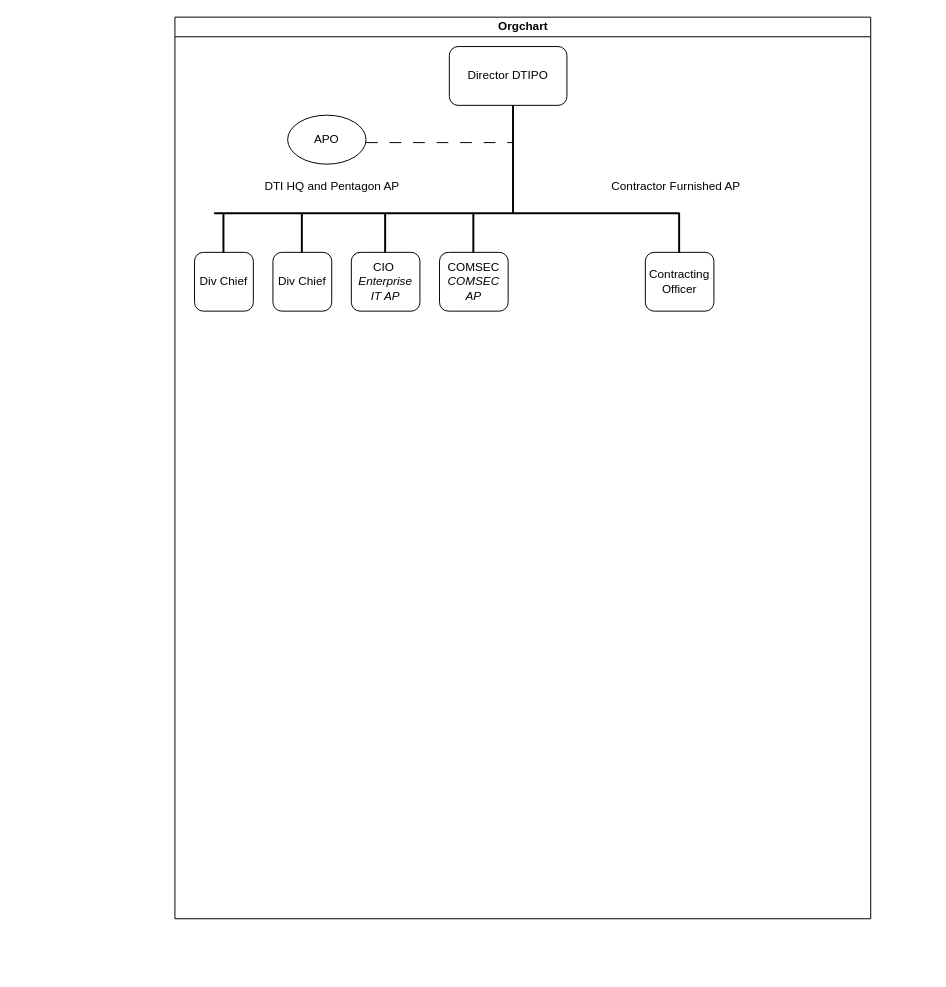
This is AP ORG flow.drawio from moondog69/drawings, a draw.io file, before an edit. Source tidied: cells renumbered, new cells numbered last; positions are measured from the earlier drawing's top-left corner, leaving out a move shared by most shapes. Both pictures are drawn from the tidied source at 98%, with x=0, y=0 at pixel (174, 17).
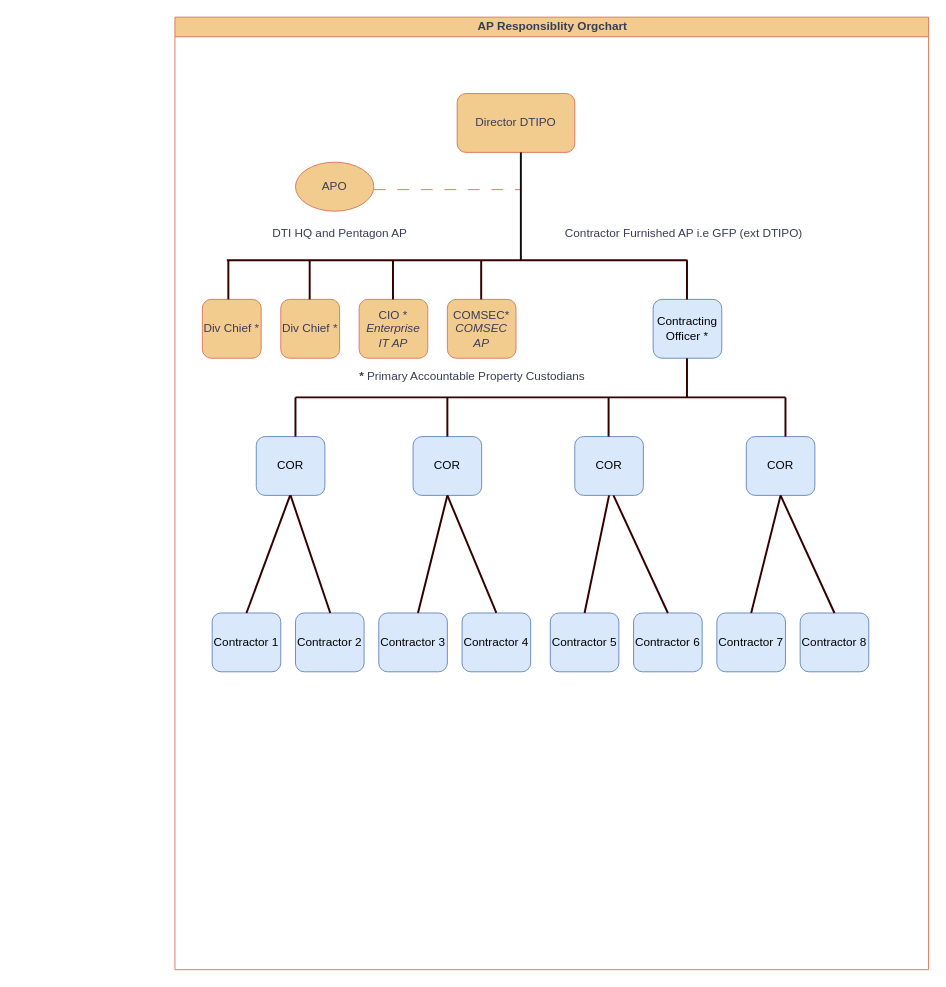
Above is the later version.

What changed in the source:
```diff
@@
-    <mxCell id="2" value="Orgchart" style="swimlane;html=1;startSize=20;horizontal=1;containerType=tree;glass=0;" parent="1" vertex="1">
-      <mxGeometry width="710" height="920" as="geometry" />
+    <mxCell id="2" value="AP Responsiblity Orgchart" style="swimlane;html=1;startSize=20;horizontal=1;containerType=tree;glass=0;labelBackgroundColor=none;fillColor=#F2CC8F;strokeColor=#E07A5F;fontColor=#393C56;" parent="1" vertex="1">
+      <mxGeometry width="769" height="972" as="geometry" />
     </mxCell>
-    <mxCell id="3" value="Director DTIPO" style="rounded=1;whiteSpace=wrap;html=1;" parent="2" vertex="1">
-      <mxGeometry x="280" y="30" width="120" height="60" as="geometry" />
+    <mxCell id="3" value="Director DTIPO" style="rounded=1;whiteSpace=wrap;html=1;labelBackgroundColor=none;fillColor=#F2CC8F;strokeColor=#E07A5F;fontColor=#393C56;" parent="2" vertex="1">
+      <mxGeometry x="288" y="78" width="120" height="60" as="geometry" />
     </mxCell>
-    <mxCell id="4" value="Div Chief" style="rounded=1;whiteSpace=wrap;html=1;" parent="2" vertex="1">
-      <mxGeometry x="20" y="240" width="60" height="60" as="geometry" />
+    <mxCell id="4" value="Div Chief *" style="rounded=1;whiteSpace=wrap;html=1;labelBackgroundColor=none;fillColor=#F2CC8F;strokeColor=#E07A5F;fontColor=#393C56;" parent="2" vertex="1">
+      <mxGeometry x="28" y="288" width="60" height="60" as="geometry" />
     </mxCell>
-    <mxCell id="5" value="Div Chief" style="rounded=1;whiteSpace=wrap;html=1;" parent="2" vertex="1">
-      <mxGeometry x="100" y="240" width="60" height="60" as="geometry" />
+    <mxCell id="5" value="Div Chief *" style="rounded=1;whiteSpace=wrap;html=1;labelBackgroundColor=none;fillColor=#F2CC8F;strokeColor=#E07A5F;fontColor=#393C56;" parent="2" vertex="1">
+      <mxGeometry x="108" y="288" width="60" height="60" as="geometry" />
     </mxCell>
-    <mxCell id="6" value="CIO&amp;nbsp;&lt;br&gt;&lt;i&gt;Enterprise IT AP&lt;/i&gt;" style="rounded=1;whiteSpace=wrap;html=1;" parent="2" vertex="1">
-      <mxGeometry x="180" y="240" width="70" height="60" as="geometry" />
+    <mxCell id="6" value="CIO *&lt;br&gt;&lt;i&gt;Enterprise IT AP&lt;/i&gt;" style="rounded=1;whiteSpace=wrap;html=1;labelBackgroundColor=none;fillColor=#F2CC8F;strokeColor=#E07A5F;fontColor=#393C56;" parent="2" vertex="1">
+      <mxGeometry x="188" y="288" width="70" height="60" as="geometry" />
     </mxCell>
-    <mxCell id="7" value="COMSEC&lt;br&gt;&lt;i&gt;COMSEC AP&lt;/i&gt;" style="rounded=1;whiteSpace=wrap;html=1;" parent="2" vertex="1">
-      <mxGeometry x="270" y="240" width="70" height="60" as="geometry" />
+    <mxCell id="7" value="COMSEC*&lt;br&gt;&lt;i&gt;COMSEC AP&lt;/i&gt;" style="rounded=1;whiteSpace=wrap;html=1;labelBackgroundColor=none;fillColor=#F2CC8F;strokeColor=#E07A5F;fontColor=#393C56;" parent="2" vertex="1">
+      <mxGeometry x="278" y="288" width="70" height="60" as="geometry" />
     </mxCell>
-    <mxCell id="8" value="Contracting Officer" style="rounded=1;whiteSpace=wrap;html=1;" parent="2" vertex="1">
-      <mxGeometry x="480" y="240" width="70" height="60" as="geometry" />
+    <mxCell id="8" value="Contracting Officer *" style="rounded=1;whiteSpace=wrap;html=1;labelBackgroundColor=none;fillColor=#dae8fc;strokeColor=#6c8ebf;" parent="2" vertex="1">
+      <mxGeometry x="488" y="288" width="70" height="60" as="geometry" />
     </mxCell>
-    <mxCell id="9" style="endArrow=none;html=1;rounded=0;strokeWidth=2;" parent="2" edge="1">
+    <mxCell id="9" style="endArrow=none;html=1;rounded=0;strokeWidth=2;labelBackgroundColor=none;strokeColor=#330000;fontColor=default;" parent="2" edge="1">
       <mxGeometry relative="1" as="geometry">
-        <mxPoint x="40" y="200" as="sourcePoint" />
-        <mxPoint x="515" y="200" as="targetPoint" />
+        <mxPoint x="53" y="248" as="sourcePoint" />
+        <mxPoint x="523" y="248" as="targetPoint" />
         <Array as="points">
-          <mxPoint x="110" y="200" />
+          <mxPoint x="118" y="248" />
         </Array>
       </mxGeometry>
     </mxCell>
-    <mxCell id="10" value="APO" style="ellipse;whiteSpace=wrap;html=1;" parent="2" vertex="1">
-      <mxGeometry x="115" y="100" width="80" height="50" as="geometry" />
+    <mxCell id="10" value="APO" style="ellipse;whiteSpace=wrap;html=1;labelBackgroundColor=none;fillColor=#F2CC8F;strokeColor=#E07A5F;fontColor=#393C56;" parent="2" vertex="1">
+      <mxGeometry x="123" y="148" width="80" height="50" as="geometry" />
     </mxCell>
-    <mxCell id="11" style="endArrow=none;html=1;rounded=0;dashed=1;dashPattern=12 12;" parent="2" edge="1">
+    <mxCell id="11" style="endArrow=none;html=1;rounded=0;dashed=1;dashPattern=12 12;labelBackgroundColor=none;strokeColor=#E07A5F;fontColor=default;" parent="2" edge="1">
       <mxGeometry relative="1" as="geometry">
-        <mxPoint x="195" y="128" as="sourcePoint" />
-        <mxPoint x="345" y="128" as="targetPoint" />
+        <mxPoint x="203" y="176" as="sourcePoint" />
+        <mxPoint x="353" y="176" as="targetPoint" />
       </mxGeometry>
     </mxCell>
-    <mxCell id="12" style="endArrow=none;html=1;rounded=0;strokeWidth=2;" parent="2" edge="1">
+    <mxCell id="12" style="endArrow=none;html=1;rounded=0;strokeWidth=2;labelBackgroundColor=none;strokeColor=#0f0f0f;fontColor=default;" parent="2" edge="1">
       <mxGeometry relative="1" as="geometry">
-        <mxPoint x="345" y="90" as="sourcePoint" />
-        <mxPoint x="345" y="200" as="targetPoint" />
+        <mxPoint x="353" y="138" as="sourcePoint" />
+        <mxPoint x="353" y="248" as="targetPoint" />
       </mxGeometry>
     </mxCell>
-    <mxCell id="13" value="DTI HQ and Pentagon AP" style="text;html=1;align=center;verticalAlign=middle;strokeColor=none;fillColor=none;" parent="2" vertex="1">
-      <mxGeometry x="80" y="158" width="160" height="30" as="geometry" />
+    <mxCell id="13" value="DTI HQ and Pentagon AP" style="text;html=1;align=center;verticalAlign=middle;strokeColor=none;fillColor=none;labelBackgroundColor=none;fontColor=#393C56;" parent="2" vertex="1">
+      <mxGeometry x="88" y="206" width="160" height="30" as="geometry" />
     </mxCell>
-    <mxCell id="14" style="endArrow=none;html=1;rounded=0;strokeWidth=2;" parent="2" edge="1">
+    <mxCell id="14" style="endArrow=none;html=1;rounded=0;strokeWidth=2;labelBackgroundColor=none;strokeColor=#330000;fontColor=default;" parent="2" edge="1">
       <mxGeometry relative="1" as="geometry">
-        <mxPoint x="49.5" y="240" as="sourcePoint" />
-        <mxPoint x="49.5" y="200" as="targetPoint" />
+        <mxPoint x="54.5" y="288" as="sourcePoint" />
+        <mxPoint x="54.5" y="248" as="targetPoint" />
       </mxGeometry>
     </mxCell>
-    <mxCell id="15" style="endArrow=none;html=1;rounded=0;strokeWidth=2;" parent="2" edge="1">
+    <mxCell id="15" style="endArrow=none;html=1;rounded=0;strokeWidth=2;labelBackgroundColor=none;strokeColor=#330000;fontColor=default;" parent="2" edge="1">
       <mxGeometry relative="1" as="geometry">
-        <mxPoint x="129.5" y="240" as="sourcePoint" />
-        <mxPoint x="129.5" y="200" as="targetPoint" />
+        <mxPoint x="137.5" y="288" as="sourcePoint" />
+        <mxPoint x="137.5" y="248" as="targetPoint" />
       </mxGeometry>
     </mxCell>
-    <mxCell id="16" style="endArrow=none;html=1;rounded=0;strokeWidth=2;" parent="2" edge="1">
+    <mxCell id="16" style="endArrow=none;html=1;rounded=0;strokeWidth=2;labelBackgroundColor=none;strokeColor=#330000;fontColor=default;" parent="2" edge="1">
       <mxGeometry relative="1" as="geometry">
-        <mxPoint x="214.5" y="240" as="sourcePoint" />
-        <mxPoint x="214.5" y="200" as="targetPoint" />
+        <mxPoint x="222.5" y="288" as="sourcePoint" />
+        <mxPoint x="222.5" y="248" as="targetPoint" />
       </mxGeometry>
     </mxCell>
-    <mxCell id="17" style="endArrow=none;html=1;rounded=0;strokeWidth=2;" parent="2" edge="1">
+    <mxCell id="17" style="endArrow=none;html=1;rounded=0;strokeWidth=2;labelBackgroundColor=none;strokeColor=#330000;fontColor=default;" parent="2" edge="1">
       <mxGeometry relative="1" as="geometry">
-        <mxPoint x="304.5" y="240" as="sourcePoint" />
-        <mxPoint x="304.5" y="200" as="targetPoint" />
+        <mxPoint x="312.5" y="288" as="sourcePoint" />
+        <mxPoint x="312.5" y="248" as="targetPoint" />
       </mxGeometry>
     </mxCell>
-    <mxCell id="18" style="endArrow=none;html=1;rounded=0;strokeWidth=2;" parent="2" edge="1">
+    <mxCell id="18" style="endArrow=none;html=1;rounded=0;strokeWidth=2;labelBackgroundColor=none;strokeColor=#330000;fontColor=default;" parent="2" edge="1">
       <mxGeometry relative="1" as="geometry">
-        <mxPoint x="514.5" y="240" as="sourcePoint" />
-        <mxPoint x="514.5" y="200" as="targetPoint" />
+        <mxPoint x="522.5" y="288" as="sourcePoint" />
+        <mxPoint x="522.5" y="248" as="targetPoint" />
       </mxGeometry>
     </mxCell>
+    <mxCell id="20" value="Contractor 1" style="rounded=1;whiteSpace=wrap;html=1;labelBackgroundColor=none;fillColor=#dae8fc;strokeColor=#6c8ebf;" parent="2" vertex="1">
+      <mxGeometry x="38" y="608" width="70" height="60" as="geometry" />
+    </mxCell>
+    <mxCell id="21" value="Contractor 2" style="rounded=1;whiteSpace=wrap;html=1;labelBackgroundColor=none;fillColor=#dae8fc;strokeColor=#6c8ebf;" parent="2" vertex="1">
+      <mxGeometry x="123" y="608" width="70" height="60" as="geometry" />
+    </mxCell>
+    <mxCell id="22" value="Contractor 3" style="rounded=1;whiteSpace=wrap;html=1;labelBackgroundColor=none;fillColor=#dae8fc;strokeColor=#6c8ebf;" parent="2" vertex="1">
+      <mxGeometry x="208" y="608" width="70" height="60" as="geometry" />
+    </mxCell>
+    <mxCell id="23" value="Contractor 4" style="rounded=1;whiteSpace=wrap;html=1;labelBackgroundColor=none;fillColor=#dae8fc;strokeColor=#6c8ebf;" parent="2" vertex="1">
+      <mxGeometry x="293" y="608" width="70" height="60" as="geometry" />
+    </mxCell>
+    <mxCell id="24" value="COR" style="rounded=1;whiteSpace=wrap;html=1;labelBackgroundColor=none;fillColor=#dae8fc;strokeColor=#6c8ebf;" parent="2" vertex="1">
+      <mxGeometry x="83" y="428" width="70" height="60" as="geometry" />
+    </mxCell>
+    <mxCell id="25" value="COR" style="rounded=1;whiteSpace=wrap;html=1;labelBackgroundColor=none;fillColor=#dae8fc;strokeColor=#6c8ebf;" parent="2" vertex="1">
+      <mxGeometry x="243" y="428" width="70" height="60" as="geometry" />
+    </mxCell>
+    <mxCell id="26" value="COR" style="rounded=1;whiteSpace=wrap;html=1;labelBackgroundColor=none;fillColor=#dae8fc;strokeColor=#6c8ebf;" parent="2" vertex="1">
+      <mxGeometry x="408" y="428" width="70" height="60" as="geometry" />
+    </mxCell>
+    <mxCell id="27" value="COR" style="rounded=1;whiteSpace=wrap;html=1;labelBackgroundColor=none;fillColor=#dae8fc;strokeColor=#6c8ebf;" parent="2" vertex="1">
+      <mxGeometry x="583" y="428" width="70" height="60" as="geometry" />
+    </mxCell>
+    <mxCell id="28" value="Contractor 5" style="rounded=1;whiteSpace=wrap;html=1;labelBackgroundColor=none;fillColor=#dae8fc;strokeColor=#6c8ebf;" parent="2" vertex="1">
+      <mxGeometry x="383" y="608" width="70" height="60" as="geometry" />
+    </mxCell>
+    <mxCell id="29" value="Contractor 6" style="rounded=1;whiteSpace=wrap;html=1;labelBackgroundColor=none;fillColor=#dae8fc;strokeColor=#6c8ebf;" parent="2" vertex="1">
+      <mxGeometry x="468" y="608" width="70" height="60" as="geometry" />
+    </mxCell>
+    <mxCell id="30" value="Contractor 7" style="rounded=1;whiteSpace=wrap;html=1;labelBackgroundColor=none;fillColor=#dae8fc;strokeColor=#6c8ebf;" parent="2" vertex="1">
+      <mxGeometry x="553" y="608" width="70" height="60" as="geometry" />
+    </mxCell>
+    <mxCell id="31" value="Contractor 8" style="rounded=1;whiteSpace=wrap;html=1;labelBackgroundColor=none;fillColor=#dae8fc;strokeColor=#6c8ebf;" parent="2" vertex="1">
+      <mxGeometry x="638" y="608" width="70" height="60" as="geometry" />
+    </mxCell>
+    <mxCell id="32" style="endArrow=none;html=1;rounded=0;strokeWidth=2;labelBackgroundColor=none;strokeColor=#330000;fontColor=default;" parent="2" edge="1">
+      <mxGeometry relative="1" as="geometry">
+        <mxPoint x="123" y="388" as="sourcePoint" />
+        <mxPoint x="623" y="388" as="targetPoint" />
+        <Array as="points">
+          <mxPoint x="153" y="388" />
+        </Array>
+      </mxGeometry>
+    </mxCell>
+    <mxCell id="33" style="endArrow=none;html=1;rounded=0;strokeWidth=2;labelBackgroundColor=none;strokeColor=#330000;fontColor=default;" parent="2" edge="1">
+      <mxGeometry relative="1" as="geometry">
+        <mxPoint x="522.5" y="388" as="sourcePoint" />
+        <mxPoint x="522.5" y="348" as="targetPoint" />
+      </mxGeometry>
+    </mxCell>
+    <mxCell id="34" style="endArrow=none;html=1;rounded=0;strokeWidth=2;labelBackgroundColor=none;strokeColor=#330000;fontColor=default;" parent="2" edge="1">
+      <mxGeometry relative="1" as="geometry">
+        <mxPoint x="623" y="428" as="sourcePoint" />
+        <mxPoint x="623" y="388" as="targetPoint" />
+      </mxGeometry>
+    </mxCell>
+    <mxCell id="35" style="endArrow=none;html=1;rounded=0;strokeWidth=2;labelBackgroundColor=none;strokeColor=#330000;fontColor=default;" parent="2" edge="1">
+      <mxGeometry relative="1" as="geometry">
+        <mxPoint x="123" y="428" as="sourcePoint" />
+        <mxPoint x="123" y="388" as="targetPoint" />
+      </mxGeometry>
+    </mxCell>
+    <mxCell id="36" style="endArrow=none;html=1;rounded=0;strokeWidth=2;labelBackgroundColor=none;strokeColor=#330000;fontColor=default;" parent="2" edge="1">
+      <mxGeometry relative="1" as="geometry">
+        <mxPoint x="278" y="428" as="sourcePoint" />
+        <mxPoint x="278" y="388" as="targetPoint" />
+      </mxGeometry>
+    </mxCell>
+    <mxCell id="37" style="endArrow=none;html=1;rounded=0;strokeWidth=2;labelBackgroundColor=none;strokeColor=#330000;fontColor=default;" parent="2" edge="1">
+      <mxGeometry relative="1" as="geometry">
+        <mxPoint x="442.5" y="428" as="sourcePoint" />
+        <mxPoint x="442.5" y="388" as="targetPoint" />
+      </mxGeometry>
+    </mxCell>
+    <mxCell id="38" style="endArrow=none;html=1;rounded=0;exitX=0.5;exitY=0;exitDx=0;exitDy=0;labelBackgroundColor=none;strokeColor=#330000;fontColor=default;strokeWidth=2;" parent="2" edge="1" source="20">
+      <mxGeometry relative="1" as="geometry">
+        <mxPoint x="117.5" y="488" as="targetPoint" />
+      </mxGeometry>
+    </mxCell>
+    <mxCell id="39" style="endArrow=none;html=1;rounded=0;exitX=0.5;exitY=0;exitDx=0;exitDy=0;entryX=0.5;entryY=1;entryDx=0;entryDy=0;labelBackgroundColor=none;strokeColor=#330000;fontColor=default;strokeWidth=2;" parent="2" edge="1" target="24">
+      <mxGeometry relative="1" as="geometry">
+        <mxPoint x="158.5" y="608" as="sourcePoint" />
+      </mxGeometry>
+    </mxCell>
+    <mxCell id="40" style="endArrow=none;html=1;rounded=0;exitX=0.5;exitY=0;exitDx=0;exitDy=0;entryX=0.5;entryY=1;entryDx=0;entryDy=0;labelBackgroundColor=none;strokeColor=#330000;fontColor=default;strokeWidth=2;" parent="2" edge="1" target="25">
+      <mxGeometry relative="1" as="geometry">
+        <mxPoint x="248" y="608" as="sourcePoint" />
+      </mxGeometry>
+    </mxCell>
+    <mxCell id="41" style="endArrow=none;html=1;rounded=0;exitX=0.5;exitY=0;exitDx=0;exitDy=0;entryX=0.5;entryY=1;entryDx=0;entryDy=0;labelBackgroundColor=none;strokeColor=#330000;fontColor=default;strokeWidth=2;" parent="2" edge="1" source="28" target="26">
+      <mxGeometry relative="1" as="geometry" />
+    </mxCell>
+    <mxCell id="42" style="endArrow=none;html=1;rounded=0;exitX=0.5;exitY=0;exitDx=0;exitDy=0;entryX=0.5;entryY=1;entryDx=0;entryDy=0;labelBackgroundColor=none;strokeColor=#330000;fontColor=default;strokeWidth=2;" parent="2" edge="1" source="30" target="27">
+      <mxGeometry relative="1" as="geometry" />
+    </mxCell>
+    <mxCell id="43" style="endArrow=none;html=1;rounded=0;exitX=0.5;exitY=0;exitDx=0;exitDy=0;entryX=0.5;entryY=1;entryDx=0;entryDy=0;labelBackgroundColor=none;strokeColor=#330000;fontColor=default;strokeWidth=2;" parent="2" edge="1" source="23">
+      <mxGeometry relative="1" as="geometry">
+        <mxPoint x="278" y="488" as="targetPoint" />
+      </mxGeometry>
+    </mxCell>
+    <mxCell id="44" style="endArrow=none;html=1;rounded=0;exitX=0.5;exitY=0;exitDx=0;exitDy=0;entryX=0.5;entryY=1;entryDx=0;entryDy=0;labelBackgroundColor=none;strokeColor=#330000;fontColor=default;strokeWidth=2;" parent="2" edge="1" source="29">
+      <mxGeometry relative="1" as="geometry">
+        <mxPoint x="447.5" y="488" as="targetPoint" />
+      </mxGeometry>
+    </mxCell>
+    <mxCell id="45" style="endArrow=none;html=1;rounded=0;exitX=0.5;exitY=0;exitDx=0;exitDy=0;entryX=0.5;entryY=1;entryDx=0;entryDy=0;labelBackgroundColor=none;strokeColor=#330000;fontColor=default;strokeWidth=2;" parent="2" edge="1" source="31" target="27">
+      <mxGeometry relative="1" as="geometry" />
+    </mxCell>
+    <mxCell id="46" value="&amp;nbsp; &amp;nbsp; &amp;nbsp; &amp;nbsp; &amp;nbsp; &amp;nbsp; &amp;nbsp; &amp;nbsp; &amp;nbsp; &amp;nbsp; &amp;nbsp; &amp;nbsp; &amp;nbsp; &amp;nbsp; &amp;nbsp; &amp;nbsp; &amp;nbsp; &amp;nbsp; &amp;nbsp; &amp;nbsp; &amp;nbsp; &amp;nbsp; &amp;nbsp; &amp;nbsp; &amp;nbsp; &amp;nbsp; &amp;nbsp; &amp;nbsp; &amp;nbsp; &amp;nbsp; &amp;nbsp; &amp;nbsp; &amp;nbsp; &amp;nbsp; &amp;nbsp; &amp;nbsp; &amp;nbsp; &amp;nbsp; &amp;nbsp; &amp;nbsp; &amp;nbsp; &amp;nbsp; &amp;nbsp; &amp;nbsp; &amp;nbsp; &amp;nbsp; &amp;nbsp; &amp;nbsp; &amp;nbsp; &amp;nbsp; &amp;nbsp; &lt;b&gt;*&lt;/b&gt; Primary Accountable Property Custodians" style="text;html=1;align=center;verticalAlign=middle;strokeColor=none;fillColor=none;fontColor=#393C56;" parent="2" vertex="1">
+      <mxGeometry x="-161" y="354" width="588" height="26" as="geometry" />
+    </mxCell>
-    <mxCell id="19" value="Contractor Furnished AP" style="text;html=1;align=center;verticalAlign=middle;strokeColor=none;fillColor=none;" parent="1" vertex="1">
-      <mxGeometry x="436" y="158" width="150" height="30" as="geometry" />
+    <mxCell id="19" value="Contractor Furnished AP i.e GFP (ext DTIPO)" style="text;html=1;align=center;verticalAlign=middle;strokeColor=none;fillColor=none;labelBackgroundColor=none;fontColor=#393C56;" parent="1" vertex="1">
+      <mxGeometry x="384" y="206" width="270" height="30" as="geometry" />
     </mxCell>
```
